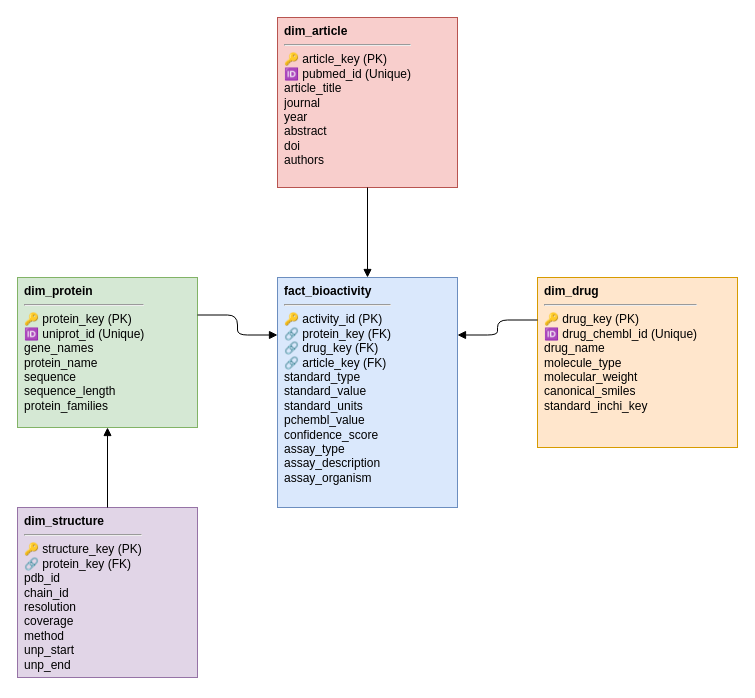
Earlier version of the draw.io diagram ipai_project/src/database/eliqsir.drawio (BlackSabbitch/ELIQSIR). Source tidied: cells renumbered, new cells numbered last; positions are measured from the earlier drawing's top-left corner, leaving out a move shared by most shapes. Both pictures are drawn from the tidied source at 100%, with x=0, y=0 at pixel (17, 17).
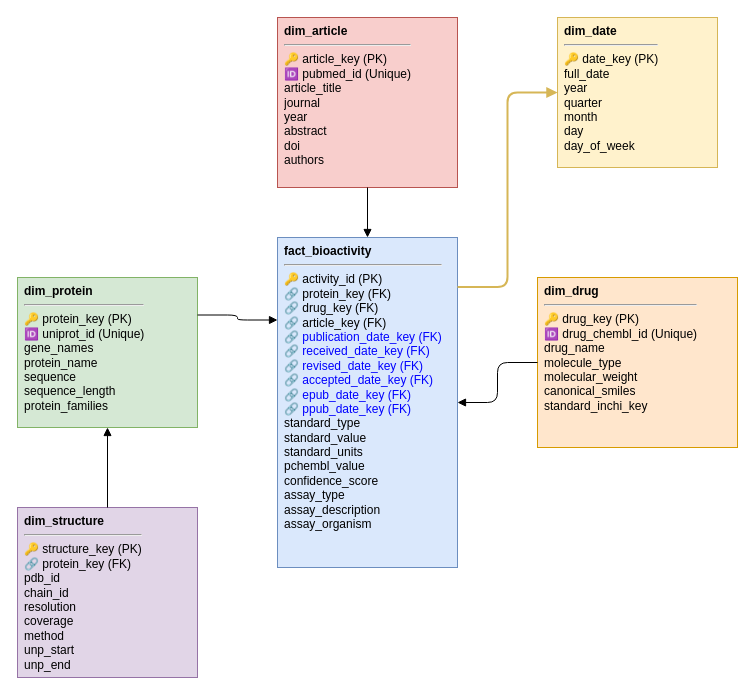
Above is the later version.

What changed in the source:
```diff
@@
 <mxGraphModel>
   <root>
     <mxCell id="0" />
     <mxCell id="1" parent="0" />
-    <mxCell id="2" value="&lt;b&gt;fact_bioactivity&lt;/b&gt;&lt;hr&gt;🔑 activity_id (PK)&lt;br&gt;🔗 protein_key (FK)&lt;br&gt;🔗 drug_key (FK)&lt;br&gt;🔗 article_key (FK)&lt;br&gt;standard_type&lt;br&gt;standard_value&lt;br&gt;standard_units&lt;br&gt;pchembl_value&lt;br&gt;confidence_score&lt;br&gt;assay_type&lt;br&gt;assay_description&lt;br&gt;assay_organism" style="verticalAlign=top;align=left;overflow=hidden;fontSize=12;fontFamily=Helvetica;html=1;fillColor=#dae8fc;strokeColor=#6c8ebf;spacingLeft=5;" parent="1" vertex="1">
-      <mxGeometry x="260" y="260" width="180" height="230" as="geometry" />
+    <mxCell id="2" value="&lt;b&gt;fact_bioactivity&lt;/b&gt;&lt;hr&gt;🔑 activity_id (PK)&lt;br&gt;🔗 protein_key (FK)&lt;br&gt;🔗 drug_key (FK)&lt;br&gt;🔗 article_key (FK)&lt;br&gt;&lt;font color=&quot;#0000ff&quot;&gt;🔗 publication_date_key (FK)&lt;br&gt;🔗 received_date_key (FK)&lt;br&gt;🔗 revised_date_key (FK)&lt;br&gt;🔗 accepted_date_key (FK)&lt;br&gt;🔗 epub_date_key (FK)&lt;br&gt;🔗 ppub_date_key (FK)&lt;/font&gt;&lt;br&gt;standard_type&lt;br&gt;standard_value&lt;br&gt;standard_units&lt;br&gt;pchembl_value&lt;br&gt;confidence_score&lt;br&gt;assay_type&lt;br&gt;assay_description&lt;br&gt;assay_organism" style="verticalAlign=top;align=left;overflow=hidden;fontSize=12;fontFamily=Helvetica;html=1;fillColor=#dae8fc;strokeColor=#6c8ebf;spacingLeft=5;" parent="1" vertex="1">
+      <mxGeometry x="260" y="220" width="180" height="330" as="geometry" />
     </mxCell>
+    <mxCell id="11" value="&lt;b&gt;dim_date&lt;/b&gt;&lt;hr&gt;🔑 date_key (PK)&lt;br&gt;full_date&lt;br&gt;year&lt;br&gt;quarter&lt;br&gt;month&lt;br&gt;day&lt;br&gt;day_of_week" style="verticalAlign=top;align=left;overflow=hidden;fontSize=12;fontFamily=Helvetica;html=1;fillColor=#fff2cc;strokeColor=#d6b656;spacingLeft=5;" parent="1" vertex="1">
+      <mxGeometry x="540" width="160" height="150" as="geometry" />
+    </mxCell>
     <mxCell id="3" value="&lt;b&gt;dim_protein&lt;/b&gt;&lt;hr&gt;🔑 protein_key (PK)&lt;br&gt;🆔 uniprot_id (Unique)&lt;br&gt;gene_names&lt;br&gt;protein_name&lt;br&gt;sequence&lt;br&gt;sequence_length&lt;br&gt;protein_families" style="verticalAlign=top;align=left;overflow=hidden;fontSize=12;fontFamily=Helvetica;html=1;fillColor=#d5e8d4;strokeColor=#82b366;spacingLeft=5;" parent="1" vertex="1">
       <mxGeometry y="260" width="180" height="150" as="geometry" />
     </mxCell>
     <mxCell id="4" value="&lt;b&gt;dim_drug&lt;/b&gt;&lt;hr&gt;🔑 drug_key (PK)&lt;br&gt;🆔 drug_chembl_id (Unique)&lt;br&gt;drug_name&lt;br&gt;molecule_type&lt;br&gt;molecular_weight&lt;br&gt;canonical_smiles&lt;br&gt;standard_inchi_key" style="verticalAlign=top;align=left;overflow=hidden;fontSize=12;fontFamily=Helvetica;html=1;fillColor=#ffe6cc;strokeColor=#d79b00;spacingLeft=5;" parent="1" vertex="1">
       <mxGeometry x="520" y="260" width="200" height="170" as="geometry" />
     </mxCell>
     <mxCell id="5" value="&lt;b&gt;dim_article&lt;/b&gt;&lt;hr&gt;🔑 article_key (PK)&lt;br&gt;🆔 pubmed_id (Unique)&lt;br&gt;article_title&lt;br&gt;journal&lt;br&gt;year&lt;br&gt;abstract&lt;br&gt;doi&lt;br&gt;authors" style="verticalAlign=top;align=left;overflow=hidden;fontSize=12;fontFamily=Helvetica;html=1;fillColor=#f8cecc;strokeColor=#b85450;spacingLeft=5;" parent="1" vertex="1">
       <mxGeometry x="260" width="180" height="170" as="geometry" />
     </mxCell>
     <mxCell id="6" value="&lt;b&gt;dim_structure&lt;/b&gt;&lt;hr&gt;🔑 structure_key (PK)&lt;br&gt;🔗 protein_key (FK)&lt;br&gt;pdb_id&lt;br&gt;chain_id&lt;br&gt;resolution&lt;br&gt;coverage&lt;br&gt;method&lt;br&gt;unp_start&lt;br&gt;unp_end" style="verticalAlign=top;align=left;overflow=hidden;fontSize=12;fontFamily=Helvetica;html=1;fillColor=#e1d5e7;strokeColor=#9673a6;spacingLeft=5;" parent="1" vertex="1">
       <mxGeometry y="490" width="180" height="170" as="geometry" />
     </mxCell>
+    <mxCell id="12" style="edgeStyle=orthogonalEdgeStyle;rounded=1;html=1;entryX=0;entryY=0.5;entryDx=0;entryDy=0;exitX=1;exitY=0.15;exitDx=0;exitDy=0;strokeColor=#d6b656;strokeWidth=2;endArrow=block;endFill=1;" parent="1" edge="1" source="2" target="11">
+      <mxGeometry relative="1" as="geometry" />
+    </mxCell>
     <mxCell id="7" style="edgeStyle=orthogonalEdgeStyle;rounded=1;html=1;entryX=0;entryY=0.25;entryDx=0;entryDy=0;exitX=1;exitY=0.25;exitDx=0;exitDy=0;endArrow=block;endFill=1;" parent="1" edge="1" source="3" target="2">
       <mxGeometry relative="1" as="geometry" />
     </mxCell>
-    <mxCell id="8" style="edgeStyle=orthogonalEdgeStyle;rounded=1;html=1;entryX=1;entryY=0.25;entryDx=0;entryDy=0;exitX=0;exitY=0.25;exitDx=0;exitDy=0;endArrow=block;endFill=1;" parent="1" edge="1" source="4" target="2">
+    <mxCell id="8" style="edgeStyle=orthogonalEdgeStyle;rounded=1;html=1;entryX=1;entryY=0.5;entryDx=0;entryDy=0;exitX=0;exitY=0.5;exitDx=0;exitDy=0;endArrow=block;endFill=1;" parent="1" edge="1" source="4" target="2">
       <mxGeometry relative="1" as="geometry" />
     </mxCell>
     <mxCell id="9" style="edgeStyle=orthogonalEdgeStyle;rounded=1;html=1;entryX=0.5;entryY=0;entryDx=0;entryDy=0;exitX=0.5;exitY=1;exitDx=0;exitDy=0;endArrow=block;endFill=1;" parent="1" edge="1" source="5" target="2">
       <mxGeometry relative="1" as="geometry" />
     </mxCell>
     <mxCell id="10" style="edgeStyle=orthogonalEdgeStyle;rounded=1;html=1;entryX=0.5;entryY=1;entryDx=0;entryDy=0;exitX=0.5;exitY=0;exitDx=0;exitDy=0;endArrow=block;endFill=1;" parent="1" edge="1" source="6" target="3">
       <mxGeometry relative="1" as="geometry" />
     </mxCell>
   </root>
 </mxGraphModel>
```
